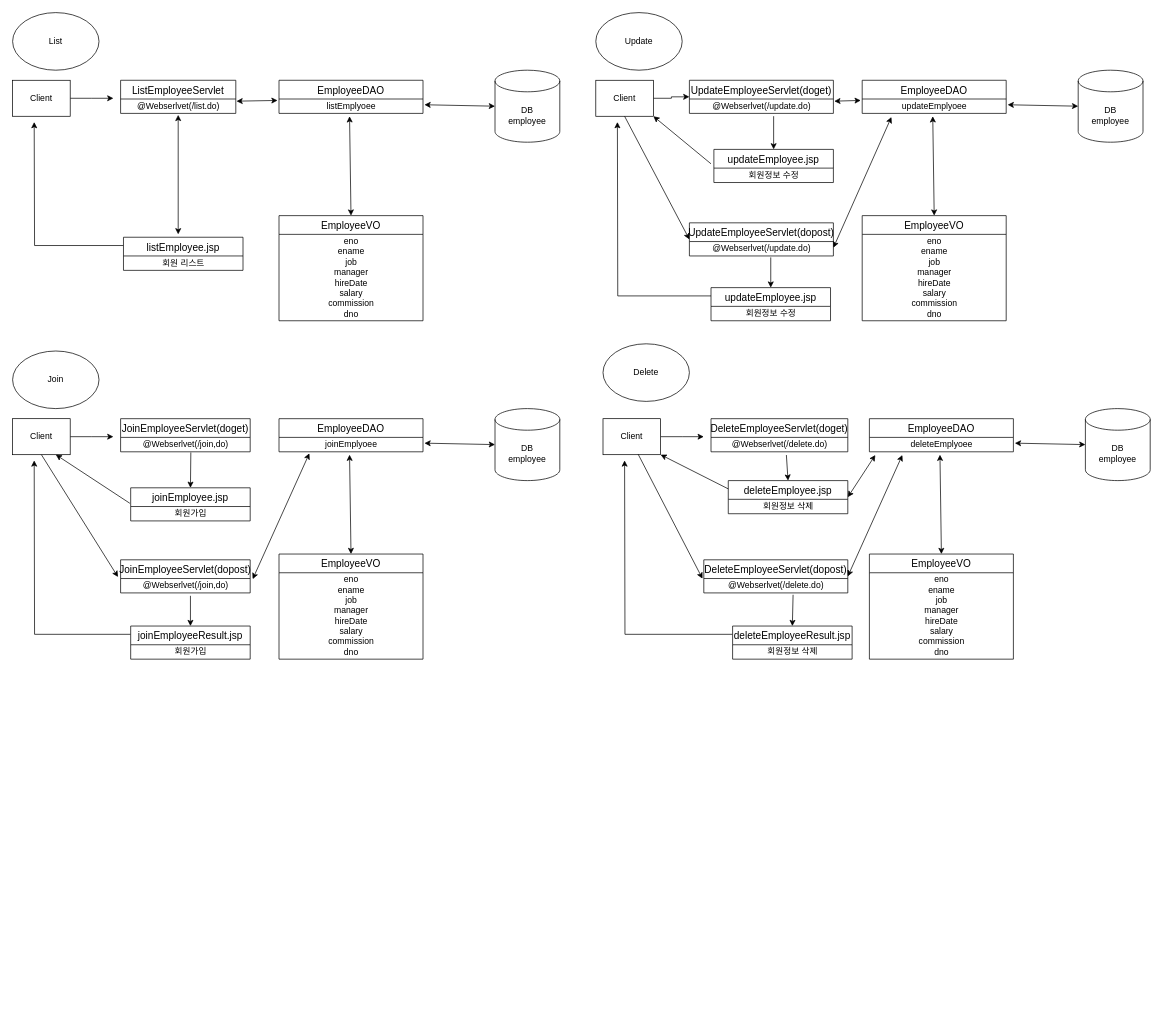
The draw.io diagram Untitled Diagram.drawio in cholsehyung/myworld, before the edit. Source tidied: cells renumbered, new cells numbered last; positions are measured from the earlier drawing's top-left corner, leaving out a move shared by most shapes. Both pictures are drawn from the tidied source at 72%, with x=0, y=0 at pixel (12, 12).
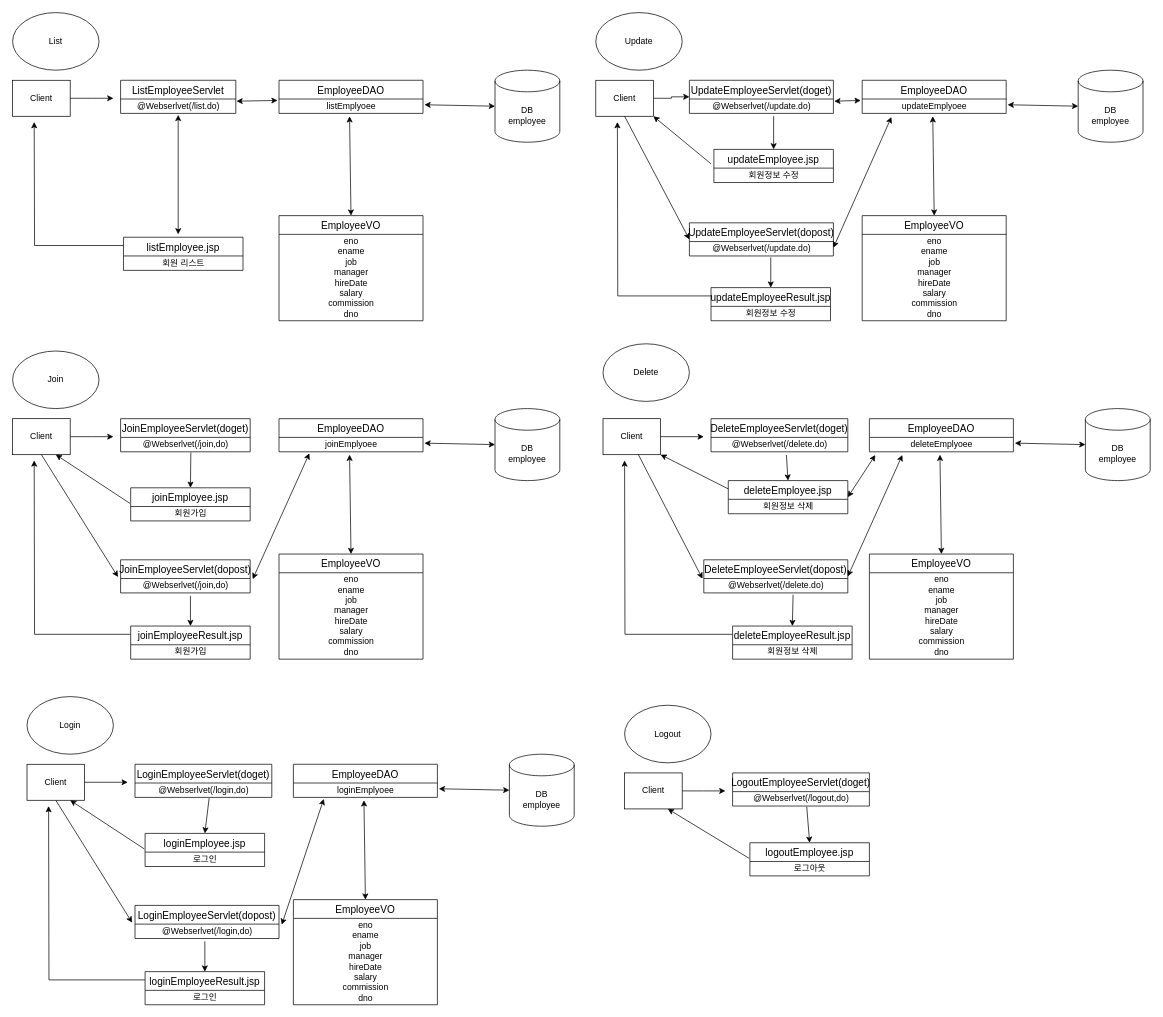
The same page after the edit.

Change to the diagram source:
```diff
@@
-    <mxCell id="37" value="updateEmployee.jsp" style="swimlane;fontStyle=0;horizontal=1;startSize=26;align=center;fontSize=14;" parent="1" vertex="1">
+    <mxCell id="37" value="updateEmployeeResult.jsp" style="swimlane;fontStyle=0;horizontal=1;startSize=26;align=center;fontSize=14;" parent="1" vertex="1">
       <mxGeometry x="970" y="382" width="166" height="46" as="geometry" />
     </mxCell>
@@
+    <mxCell id="93" style="edgeStyle=orthogonalEdgeStyle;rounded=0;jettySize=auto;html=1;exitX=1;exitY=0.5;exitDx=0;exitDy=0;" parent="1" edge="1" source="94">
+      <mxGeometry relative="1" as="geometry">
+        <mxPoint x="160" y="1069" as="targetPoint" />
+      </mxGeometry>
+    </mxCell>
+    <mxCell id="94" value="Client" style="rounded=0;whiteSpace=wrap;html=1;" parent="1" vertex="1">
+      <mxGeometry x="20" y="1044" width="80" height="50" as="geometry" />
+    </mxCell>
+    <mxCell id="95" value="LoginEmployeeServlet(doget)" style="swimlane;fontStyle=0;horizontal=1;startSize=26;align=center;fontSize=14;" parent="1" vertex="1">
+      <mxGeometry x="170" y="1044" width="190" height="46" as="geometry" />
+    </mxCell>
+    <mxCell id="96" value="@Webserlvet(/login,do)" style="text;html=1;align=center;verticalAlign=middle;points=[];" parent="95" vertex="1">
+      <mxGeometry y="26" width="190" height="20" as="geometry" />
+    </mxCell>
+    <mxCell id="97" style="edgeStyle=orthogonalEdgeStyle;rounded=0;jettySize=auto;html=1;exitX=0;exitY=0.25;exitDx=0;exitDy=0;" parent="1" edge="1" source="98">
+      <mxGeometry relative="1" as="geometry">
+        <mxPoint x="50" y="1102" as="targetPoint" />
+      </mxGeometry>
+    </mxCell>
+    <mxCell id="98" value="loginEmployeeResult.jsp" style="swimlane;fontStyle=0;horizontal=1;startSize=26;align=center;fontSize=14;" parent="1" vertex="1">
+      <mxGeometry x="184" y="1332" width="166" height="46" as="geometry" />
+    </mxCell>
+    <mxCell id="99" value="로그인" style="text;html=1;align=center;verticalAlign=middle;" parent="98" vertex="1">
+      <mxGeometry y="26" width="166" height="20" as="geometry" />
+    </mxCell>
+    <mxCell id="100" value="EmployeeDAO" style="swimlane;fontStyle=0;horizontal=1;startSize=26;align=center;fontSize=14;" parent="1" vertex="1">
+      <mxGeometry x="390" y="1044" width="200" height="46" as="geometry" />
+    </mxCell>
+    <mxCell id="101" value="loginEmplyoee" style="text;html=1;align=center;verticalAlign=middle;points=[];" parent="100" vertex="1">
+      <mxGeometry y="26" width="200" height="20" as="geometry" />
+    </mxCell>
+    <mxCell id="102" value="EmployeeVO" style="swimlane;fontStyle=0;horizontal=1;startSize=26;align=center;fontSize=14;" parent="1" vertex="1">
+      <mxGeometry x="390" y="1232" width="200" height="146" as="geometry" />
+    </mxCell>
+    <mxCell id="103" value="eno&lt;br&gt;ename&lt;br&gt;job&lt;br&gt;manager&lt;br&gt;hireDate&lt;br&gt;salary&lt;br&gt;commission&lt;br&gt;dno&lt;br&gt;" style="text;html=1;align=center;verticalAlign=middle;" parent="102" vertex="1">
+      <mxGeometry y="26" width="200" height="120" as="geometry" />
+    </mxCell>
+    <mxCell id="104" style="endArrow=classic;startArrow=classic;html=1;entryX=0.49;entryY=1.2;entryDx=0;entryDy=0;entryPerimeter=0;exitX=0.5;exitY=0;exitDx=0;exitDy=0;" parent="1" edge="1" source="102" target="101">
+      <mxGeometry relative="1" as="geometry" />
+    </mxCell>
+    <mxCell id="105" value="DB&lt;br&gt;employee" style="shape=cylinder3;whiteSpace=wrap;html=1;boundedLbl=1;backgroundOutline=1;size=15;" parent="1" vertex="1">
+      <mxGeometry x="690" y="1030" width="90" height="100" as="geometry" />
+    </mxCell>
+    <mxCell id="106" style="endArrow=classic;startArrow=classic;html=1;entryX=0;entryY=0.5;entryDx=0;entryDy=0;entryPerimeter=0;exitX=1.01;exitY=0.4;exitDx=0;exitDy=0;exitPerimeter=0;" parent="1" edge="1" source="101" target="105">
+      <mxGeometry relative="1" as="geometry" />
+    </mxCell>
+    <mxCell id="107" value="LoginEmployeeServlet(dopost)" style="swimlane;fontStyle=0;horizontal=1;startSize=26;align=center;fontSize=14;" parent="1" vertex="1">
+      <mxGeometry x="170" y="1240" width="200" height="46" as="geometry" />
+    </mxCell>
+    <mxCell id="108" value="@Webserlvet(/login,do)" style="text;html=1;align=center;verticalAlign=middle;points=[];" parent="107" vertex="1">
+      <mxGeometry y="26" width="200" height="20" as="geometry" />
+    </mxCell>
+    <mxCell id="109" style="endArrow=classic;startArrow=classic;html=1;entryX=0.211;entryY=1.106;entryDx=0;entryDy=0;entryPerimeter=0;exitX=1.019;exitY=0.041;exitDx=0;exitDy=0;exitPerimeter=0;" parent="1" edge="1" source="108" target="101">
+      <mxGeometry relative="1" as="geometry" />
+    </mxCell>
+    <mxCell id="110" value="Login" style="ellipse;whiteSpace=wrap;html=1;" parent="1" vertex="1">
+      <mxGeometry x="20" y="950" width="120" height="80" as="geometry" />
+    </mxCell>
+    <mxCell id="111" value="loginEmployee.jsp" style="swimlane;fontStyle=0;horizontal=1;startSize=26;align=center;fontSize=14;" parent="1" vertex="1">
+      <mxGeometry x="184" y="1140" width="166" height="46" as="geometry" />
+    </mxCell>
+    <mxCell id="112" value="로그인" style="text;html=1;align=center;verticalAlign=middle;points=[];" parent="111" vertex="1">
+      <mxGeometry y="26" width="166" height="20" as="geometry" />
+    </mxCell>
+    <mxCell id="113" style="endArrow=classic;html=1;entryX=0.75;entryY=1;entryDx=0;entryDy=0;exitX=-0.007;exitY=-0.224;exitDx=0;exitDy=0;exitPerimeter=0;" parent="1" edge="1" source="112" target="94">
+      <mxGeometry relative="1" as="geometry" />
+    </mxCell>
+    <mxCell id="114" style="endArrow=classic;html=1;entryX=0.5;entryY=0;entryDx=0;entryDy=0;exitX=0.542;exitY=1.047;exitDx=0;exitDy=0;exitPerimeter=0;" parent="1" edge="1" source="96" target="111">
+      <mxGeometry relative="1" as="geometry" />
+    </mxCell>
+    <mxCell id="115" style="endArrow=classic;html=1;exitX=0.5;exitY=1;exitDx=0;exitDy=0;entryX=-0.02;entryY=-0.106;entryDx=0;entryDy=0;entryPerimeter=0;" parent="1" edge="1" source="94" target="108">
+      <mxGeometry relative="1" as="geometry" />
+    </mxCell>
+    <mxCell id="116" style="endArrow=classic;html=1;entryX=0.5;entryY=0;entryDx=0;entryDy=0;" parent="1" edge="1" target="98">
+      <mxGeometry relative="1" as="geometry">
+        <mxPoint x="267" y="1290" as="sourcePoint" />
+      </mxGeometry>
+    </mxCell>
+    <mxCell id="117" style="edgeStyle=orthogonalEdgeStyle;rounded=0;jettySize=auto;html=1;exitX=1;exitY=0.5;exitDx=0;exitDy=0;" parent="1" edge="1" source="118">
+      <mxGeometry relative="1" as="geometry">
+        <mxPoint x="990" y="1081" as="targetPoint" />
+      </mxGeometry>
+    </mxCell>
+    <mxCell id="118" value="Client" style="rounded=0;whiteSpace=wrap;html=1;" parent="1" vertex="1">
+      <mxGeometry x="850" y="1056" width="80" height="50" as="geometry" />
+    </mxCell>
+    <mxCell id="119" value="LogoutEmployeeServlet(doget)" style="swimlane;fontStyle=0;horizontal=1;startSize=26;align=center;fontSize=14;" parent="1" vertex="1">
+      <mxGeometry x="1000" y="1056" width="190" height="46" as="geometry" />
+    </mxCell>
+    <mxCell id="120" value="@Webserlvet(/logout,do)" style="text;html=1;align=center;verticalAlign=middle;points=[];" parent="119" vertex="1">
+      <mxGeometry y="26" width="190" height="20" as="geometry" />
+    </mxCell>
+    <mxCell id="121" value="Logout" style="ellipse;whiteSpace=wrap;html=1;" parent="1" vertex="1">
+      <mxGeometry x="850" y="962" width="120" height="80" as="geometry" />
+    </mxCell>
+    <mxCell id="122" value="logoutEmployee.jsp" style="swimlane;fontStyle=0;horizontal=1;startSize=26;align=center;fontSize=14;" parent="1" vertex="1">
+      <mxGeometry x="1024" y="1153" width="166" height="46" as="geometry" />
+    </mxCell>
+    <mxCell id="123" value="로그아웃" style="text;html=1;align=center;verticalAlign=middle;points=[];" parent="122" vertex="1">
+      <mxGeometry y="26" width="166" height="20" as="geometry" />
+    </mxCell>
+    <mxCell id="124" style="endArrow=classic;html=1;entryX=0.75;entryY=1;entryDx=0;entryDy=0;exitX=-0.007;exitY=-0.224;exitDx=0;exitDy=0;exitPerimeter=0;" parent="1" edge="1" source="123" target="118">
+      <mxGeometry relative="1" as="geometry" />
+    </mxCell>
+    <mxCell id="125" style="endArrow=classic;html=1;entryX=0.5;entryY=0;entryDx=0;entryDy=0;exitX=0.542;exitY=1.047;exitDx=0;exitDy=0;exitPerimeter=0;" parent="1" edge="1" source="120" target="122">
+      <mxGeometry relative="1" as="geometry" />
+    </mxCell>
```
